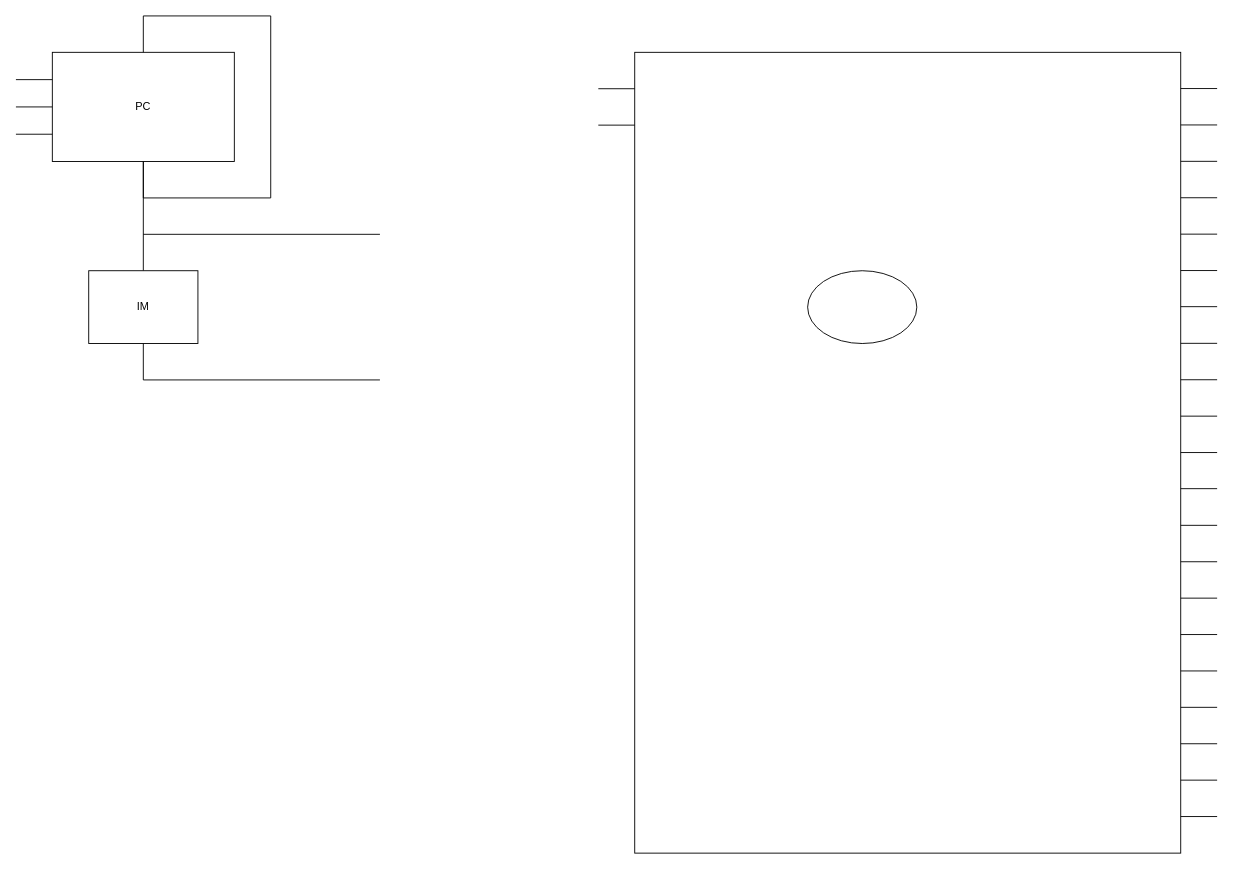
wangjuhai/SlimeMIPS keeps this draw.io diagram as CPUNG.drawio. Above is the earlier version. Source tidied: cells renumbered, new cells numbered last; positions are measured from the earlier drawing's top-left corner, leaving out a move shared by most shapes. Both pictures are drawn from the tidied source at 91%, with x=0, y=0 at pixel (15, 15).
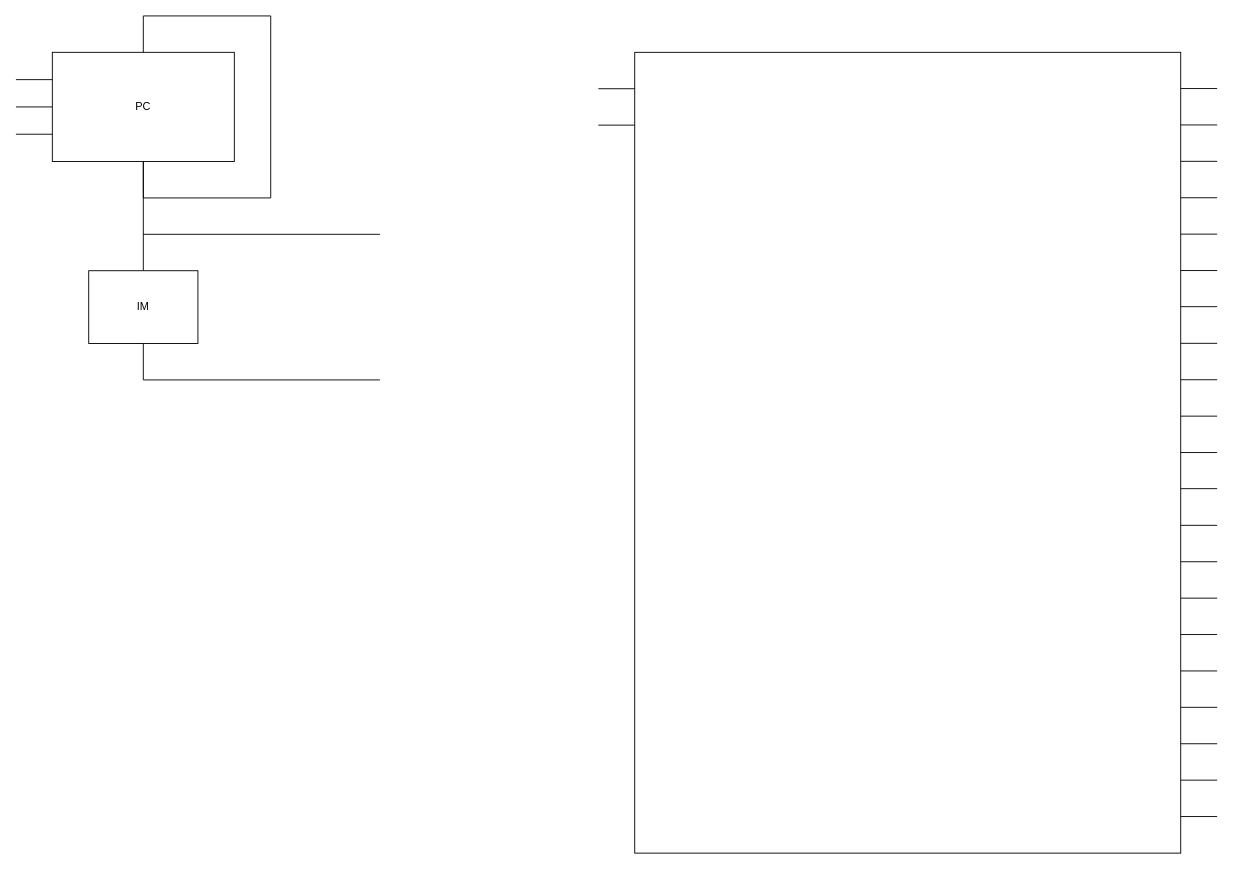
The same diagram, later.

Change to the diagram source:
```diff
@@
-    <mxCell id="35" style="ellipse;whiteSpace=wrap;html=1;" parent="1" vertex="1">
-      <mxGeometry x="870" y="280" width="120" height="80" as="geometry" />
-    </mxCell>
```
